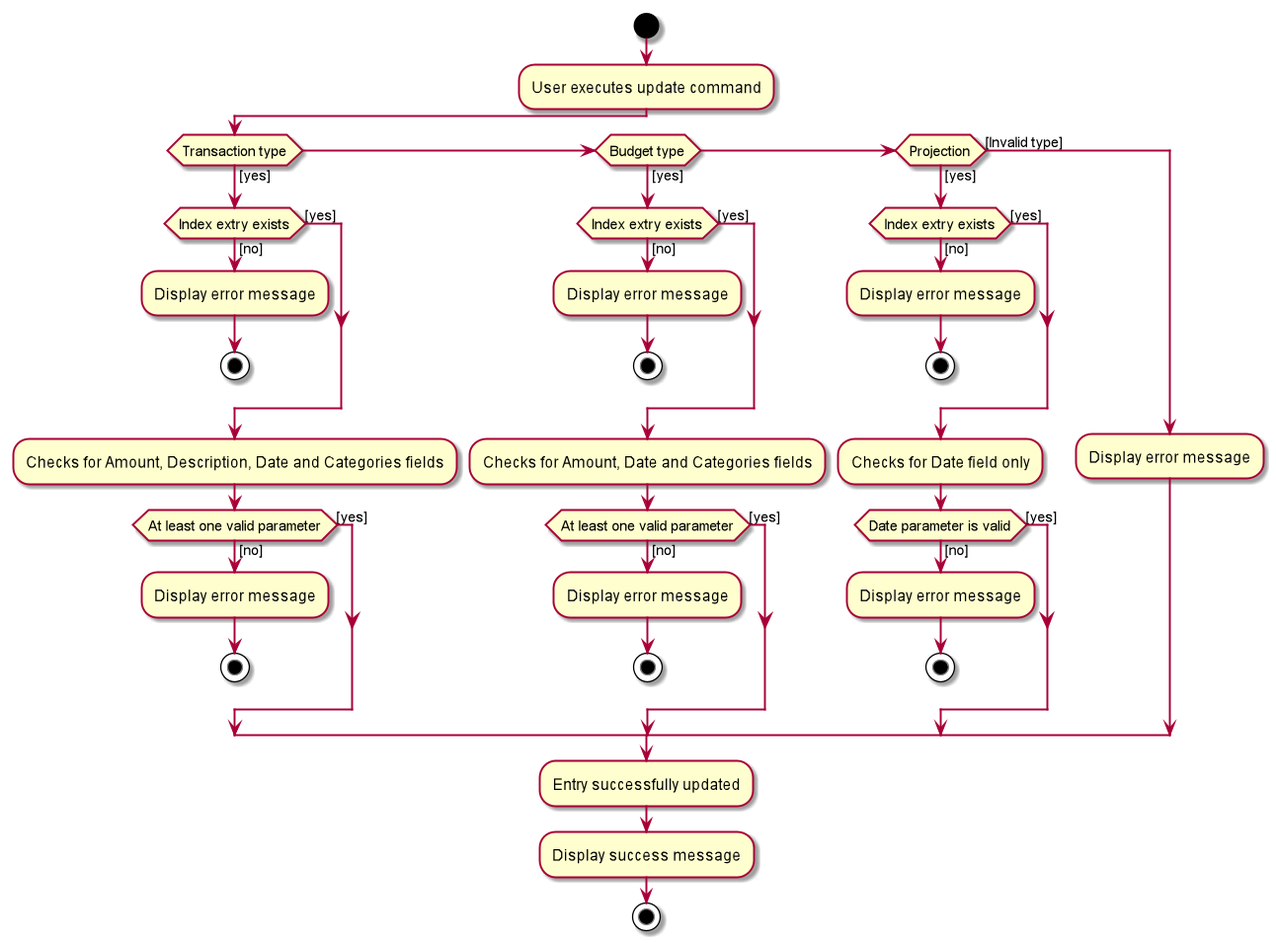
Above: docs/images/UpdateActivityDiagram.png in nus-cs2103-AY1920S1/addressbook-level3 (PlantUML), before the change.
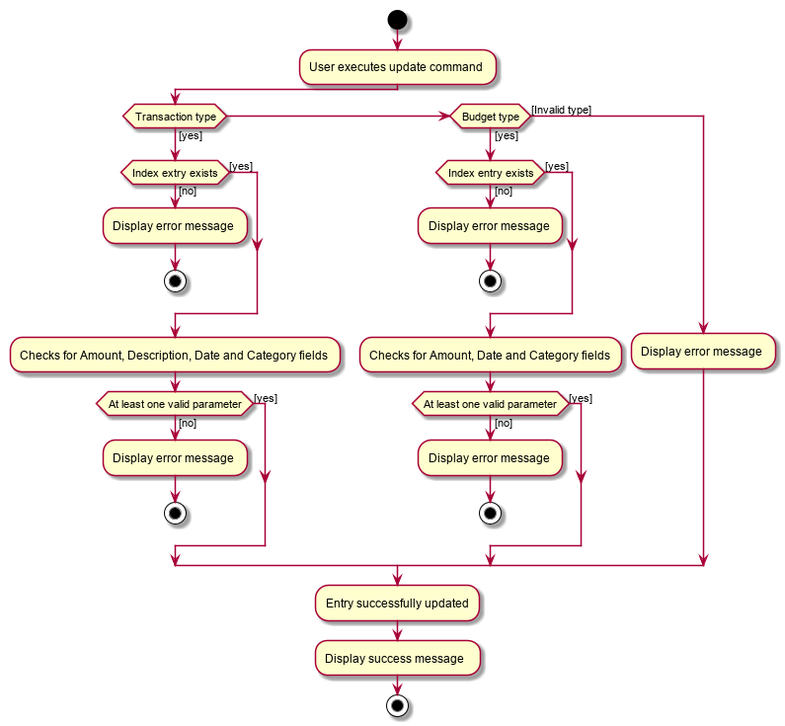
The same file after the commit.

Change to the diagram source:
```diff
@@ -9,7 +9,7 @@
   :Display error message;
   stop
   endif
-  :Checks for Amount, Description, Date and Categories fields;
+  :Checks for Amount, Description, Date and Category fields;
   if(At least one valid parameter) then([yes])
 
   else([no])
@@ -18,29 +18,14 @@
   endif
 
 elseif (Budget type) then ([yes])
-  if(Index extry exists) then ([yes])
+  if(Index entry exists) then ([yes])
 
   else([no])
   :Display error message;
   stop
   endif
-  :Checks for Amount, Date and Categories fields;
+  :Checks for Amount, Date and Category fields;
     if(At least one valid parameter) then([yes])
-
-    else([no])
-    :Display error message;
-    stop
-    endif
-
-elseif (Projection) then ([yes])
-  if(Index extry exists) then ([yes])
-
-  else([no])
-  :Display error message;
-  stop
-  endif
-  :Checks for Date field only;
-    if(Date parameter is valid) then([yes])
 
     else([no])
     :Display error message;
```
